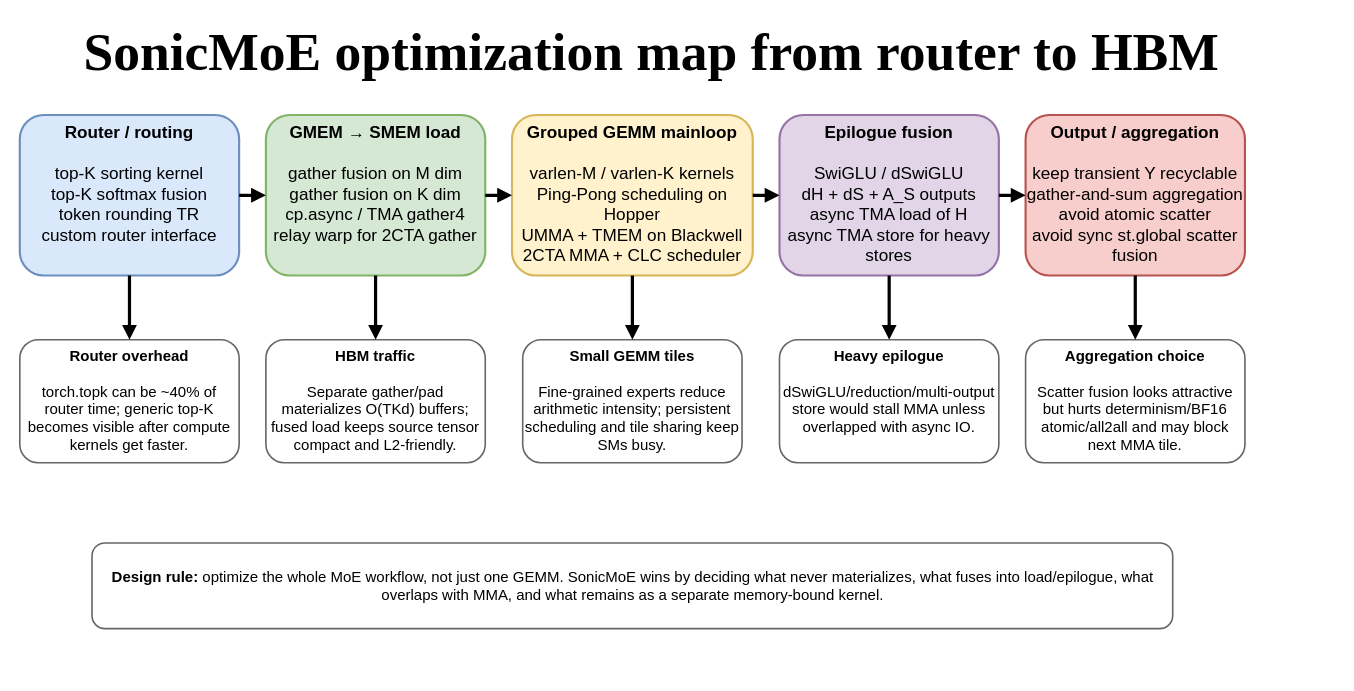
This is static/drawio/2026-04-27-sonicmoe-blackwell-深度解读-fine-grained-moe-kernel-的算法-软件-硬件三层堆叠/figures/F5.drawio from cassiewilliam/blog, a draw.io file, before an edit. Source tidied: cells renumbered, new cells numbered last; positions are measured from the earlier drawing's top-left corner, leaving out a move shared by most shapes. Both pictures are drawn from the tidied source at 107%, with x=0, y=0 at pixel (19, 18).
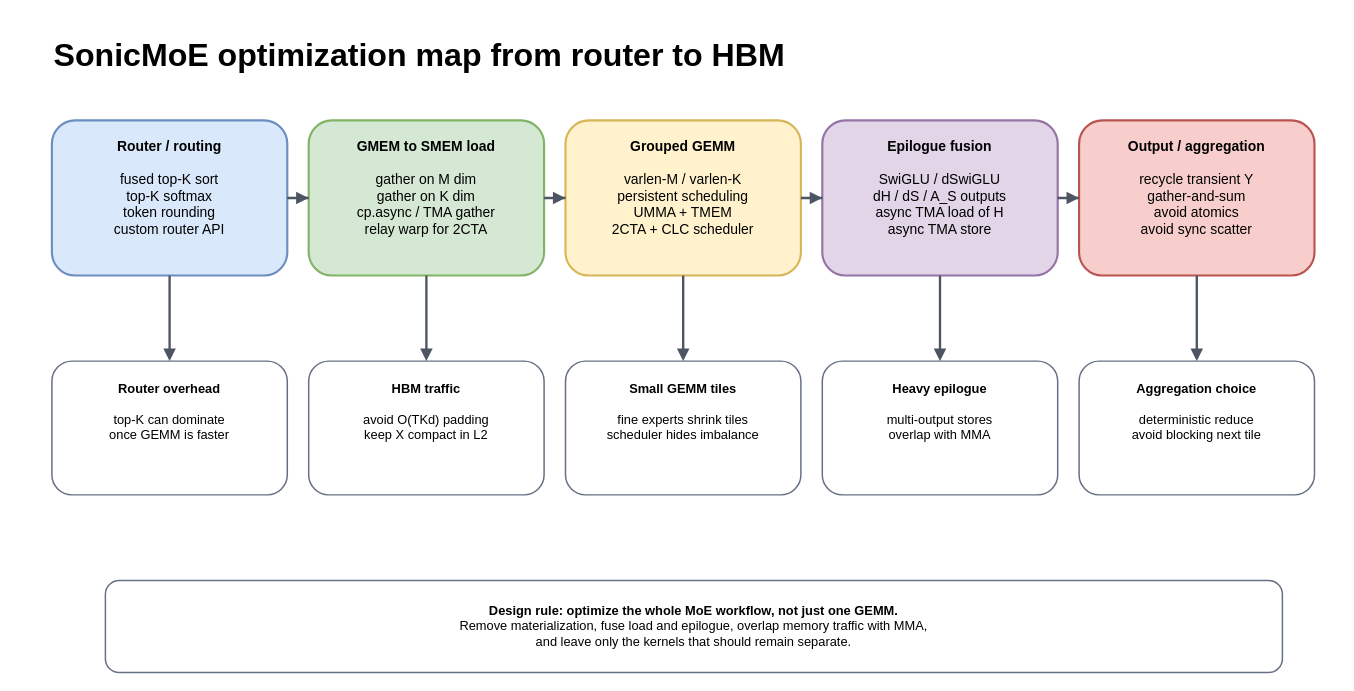
The same page after the edit.

Commit message (it also covers changes not shown here):
Fix SonicMoE optimization map figure layout

Diff of the diagram source:
```diff
@@
-    <mxCell id="2" value="&lt;font style=&quot;font-size: 50px;&quot;&gt;&lt;b&gt;SonicMoE optimization map from router to HBM&lt;/b&gt;&lt;/font&gt;" style="text;html=1;strokeColor=none;fillColor=none;align=center;verticalAlign=middle;fontFamily=Times New Roman;fontSize=50;" parent="1" vertex="1">
-      <mxGeometry x="20" width="1140" height="60" as="geometry" />
+    <mxCell id="2" value="SonicMoE optimization map from router to HBM" style="text;html=1;strokeColor=none;fillColor=none;align=left;verticalAlign=middle;fontFamily=Helvetica;fontSize=30;fontStyle=1;" parent="1" vertex="1">
+      <mxGeometry x="30" y="8" width="1200" height="52" as="geometry" />
     </mxCell>
-    <mxCell id="3" value="&lt;b&gt;Router / routing&lt;br&gt;&lt;/b&gt;&lt;br&gt;top-K sorting kernel&lt;br&gt;top-K softmax fusion&lt;br&gt;token rounding TR&lt;br&gt;custom router interface" style="rounded=1;whiteSpace=wrap;html=1;fillColor=#dae8fc;strokeColor=#6c8ebf;strokeWidth=2;align=center;verticalAlign=top;fontFamily=Helvetica;fontSize=16;" parent="1" vertex="1">
-      <mxGeometry y="90" width="205" height="150" as="geometry" />
+    <mxCell id="3" value="&lt;b&gt;Router / routing&lt;/b&gt;&lt;br&gt;&lt;br&gt;fused top-K sort&lt;br&gt;top-K softmax&lt;br&gt;token rounding&lt;br&gt;custom router API" style="rounded=1;whiteSpace=wrap;html=1;fillColor=#dae8fc;strokeColor=#6c8ebf;strokeWidth=2;align=center;verticalAlign=top;fontFamily=Helvetica;fontSize=13;spacingTop=10;" parent="1" vertex="1">
+      <mxGeometry x="30" y="95" width="220" height="145" as="geometry" />
     </mxCell>
-    <mxCell id="4" value="&lt;b&gt;GMEM → SMEM load&lt;br&gt;&lt;/b&gt;&lt;br&gt;gather fusion on M dim&lt;br&gt;gather fusion on K dim&lt;br&gt;cp.async / TMA gather4&lt;br&gt;relay warp for 2CTA gather" style="rounded=1;whiteSpace=wrap;html=1;fillColor=#d5e8d4;strokeColor=#82b366;strokeWidth=2;align=center;verticalAlign=top;fontFamily=Helvetica;fontSize=16;" parent="1" vertex="1">
-      <mxGeometry x="230" y="90" width="205" height="150" as="geometry" />
+    <mxCell id="4" value="&lt;b&gt;GMEM to SMEM load&lt;/b&gt;&lt;br&gt;&lt;br&gt;gather on M dim&lt;br&gt;gather on K dim&lt;br&gt;cp.async / TMA gather&lt;br&gt;relay warp for 2CTA" style="rounded=1;whiteSpace=wrap;html=1;fillColor=#d5e8d4;strokeColor=#82b366;strokeWidth=2;align=center;verticalAlign=top;fontFamily=Helvetica;fontSize=13;spacingTop=10;" parent="1" vertex="1">
+      <mxGeometry x="270" y="95" width="220" height="145" as="geometry" />
     </mxCell>
-    <mxCell id="5" value="&lt;b&gt;Grouped GEMM mainloop&lt;br&gt;&lt;/b&gt;&lt;br&gt;varlen-M / varlen-K kernels&lt;br&gt;Ping-Pong scheduling on Hopper&lt;br&gt;UMMA + TMEM on Blackwell&lt;br&gt;2CTA MMA + CLC scheduler" style="rounded=1;whiteSpace=wrap;html=1;fillColor=#fff2cc;strokeColor=#d6b656;strokeWidth=2;align=center;verticalAlign=top;fontFamily=Helvetica;fontSize=16;" parent="1" vertex="1">
-      <mxGeometry x="460" y="90" width="225" height="150" as="geometry" />
+    <mxCell id="5" value="&lt;b&gt;Grouped GEMM&lt;/b&gt;&lt;br&gt;&lt;br&gt;varlen-M / varlen-K&lt;br&gt;persistent scheduling&lt;br&gt;UMMA + TMEM&lt;br&gt;2CTA + CLC scheduler" style="rounded=1;whiteSpace=wrap;html=1;fillColor=#fff2cc;strokeColor=#d6b656;strokeWidth=2;align=center;verticalAlign=top;fontFamily=Helvetica;fontSize=13;spacingTop=10;" parent="1" vertex="1">
+      <mxGeometry x="510" y="95" width="220" height="145" as="geometry" />
     </mxCell>
-    <mxCell id="6" value="&lt;b&gt;Epilogue fusion&lt;br&gt;&lt;/b&gt;&lt;br&gt;SwiGLU / dSwiGLU&lt;br&gt;dH + dS + A_S outputs&lt;br&gt;async TMA load of H&lt;br&gt;async TMA store for heavy stores" style="rounded=1;whiteSpace=wrap;html=1;fillColor=#e1d5e7;strokeColor=#9673a6;strokeWidth=2;align=center;verticalAlign=top;fontFamily=Helvetica;fontSize=16;" parent="1" vertex="1">
-      <mxGeometry x="710" y="90" width="205" height="150" as="geometry" />
+    <mxCell id="6" value="&lt;b&gt;Epilogue fusion&lt;/b&gt;&lt;br&gt;&lt;br&gt;SwiGLU / dSwiGLU&lt;br&gt;dH / dS / A_S outputs&lt;br&gt;async TMA load of H&lt;br&gt;async TMA store" style="rounded=1;whiteSpace=wrap;html=1;fillColor=#e1d5e7;strokeColor=#9673a6;strokeWidth=2;align=center;verticalAlign=top;fontFamily=Helvetica;fontSize=13;spacingTop=10;" parent="1" vertex="1">
+      <mxGeometry x="750" y="95" width="220" height="145" as="geometry" />
     </mxCell>
-    <mxCell id="7" value="&lt;b&gt;Output / aggregation&lt;br&gt;&lt;/b&gt;&lt;br&gt;keep transient Y recyclable&lt;br&gt;gather-and-sum aggregation&lt;br&gt;avoid atomic scatter&lt;br&gt;avoid sync st.global scatter fusion" style="rounded=1;whiteSpace=wrap;html=1;fillColor=#f8cecc;strokeColor=#b85450;strokeWidth=2;align=center;verticalAlign=top;fontFamily=Helvetica;fontSize=16;" parent="1" vertex="1">
-      <mxGeometry x="940" y="90" width="205" height="150" as="geometry" />
+    <mxCell id="7" value="&lt;b&gt;Output / aggregation&lt;/b&gt;&lt;br&gt;&lt;br&gt;recycle transient Y&lt;br&gt;gather-and-sum&lt;br&gt;avoid atomics&lt;br&gt;avoid sync scatter" style="rounded=1;whiteSpace=wrap;html=1;fillColor=#f8cecc;strokeColor=#b85450;strokeWidth=2;align=center;verticalAlign=top;fontFamily=Helvetica;fontSize=13;spacingTop=10;" parent="1" vertex="1">
+      <mxGeometry x="990" y="95" width="220" height="145" as="geometry" />
     </mxCell>
-    <mxCell id="8" style="edgeStyle=orthogonalEdgeStyle;rounded=0;jettySize=auto;html=1;strokeWidth=3;endArrow=block;html=1;rounded=1;verticalAlign=top;" parent="1" edge="1" source="3" target="4">
+    <mxCell id="8" style="edgeStyle=orthogonalEdgeStyle;rounded=0;jettySize=auto;html=1;strokeColor=#4d5562;strokeWidth=2.2;endArrow=block;" parent="1" edge="1" source="3" target="4">
       <mxGeometry relative="1" as="geometry" />
     </mxCell>
-    <mxCell id="9" style="edgeStyle=orthogonalEdgeStyle;rounded=0;jettySize=auto;html=1;strokeWidth=3;endArrow=block;html=1;rounded=1;verticalAlign=top;" parent="1" edge="1" source="4" target="5">
+    <mxCell id="9" style="edgeStyle=orthogonalEdgeStyle;rounded=0;jettySize=auto;html=1;strokeColor=#4d5562;strokeWidth=2.2;endArrow=block;" parent="1" edge="1" source="4" target="5">
       <mxGeometry relative="1" as="geometry" />
     </mxCell>
-    <mxCell id="10" style="edgeStyle=orthogonalEdgeStyle;rounded=0;jettySize=auto;html=1;strokeWidth=3;endArrow=block;html=1;rounded=1;verticalAlign=top;" parent="1" edge="1" source="5" target="6">
+    <mxCell id="10" style="edgeStyle=orthogonalEdgeStyle;rounded=0;jettySize=auto;html=1;strokeColor=#4d5562;strokeWidth=2.2;endArrow=block;" parent="1" edge="1" source="5" target="6">
       <mxGeometry relative="1" as="geometry" />
     </mxCell>
-    <mxCell id="11" style="edgeStyle=orthogonalEdgeStyle;rounded=0;jettySize=auto;html=1;strokeWidth=3;endArrow=block;html=1;rounded=1;verticalAlign=top;" parent="1" edge="1" source="6" target="7">
+    <mxCell id="11" style="edgeStyle=orthogonalEdgeStyle;rounded=0;jettySize=auto;html=1;strokeColor=#4d5562;strokeWidth=2.2;endArrow=block;" parent="1" edge="1" source="6" target="7">
       <mxGeometry relative="1" as="geometry" />
     </mxCell>
-    <mxCell id="12" value="&lt;b&gt;Router overhead&lt;br&gt;&lt;/b&gt;&lt;br&gt;torch.topk can be ~40% of router time; generic top-K becomes visible after compute kernels get faster." style="rounded=1;whiteSpace=wrap;html=1;fillColor=#ffffff;strokeColor=#666666;strokeWidth=1.5;align=center;verticalAlign=top;fontFamily=Helvetica;fontSize=14;" parent="1" vertex="1">
-      <mxGeometry y="300" width="205" height="115" as="geometry" />
+    <mxCell id="12" value="&lt;b&gt;Router overhead&lt;/b&gt;&lt;br&gt;&lt;br&gt;top-K can dominate&lt;br&gt;once GEMM is faster" style="rounded=1;whiteSpace=wrap;html=1;fillColor=#ffffff;strokeColor=#667085;strokeWidth=1.4;align=center;verticalAlign=top;fontFamily=Helvetica;fontSize=12;spacingTop=12;" parent="1" vertex="1">
+      <mxGeometry x="30" y="320" width="220" height="125" as="geometry" />
     </mxCell>
-    <mxCell id="13" style="edgeStyle=orthogonalEdgeStyle;rounded=0;jettySize=auto;html=1;strokeWidth=3;endArrow=block;html=1;rounded=1;verticalAlign=top;" parent="1" edge="1" source="3" target="12">
+    <mxCell id="13" style="edgeStyle=orthogonalEdgeStyle;rounded=0;jettySize=auto;html=1;strokeColor=#4d5562;strokeWidth=2.2;endArrow=block;" parent="1" edge="1" source="3" target="12">
       <mxGeometry relative="1" as="geometry" />
     </mxCell>
-    <mxCell id="14" value="&lt;b&gt;HBM traffic&lt;br&gt;&lt;/b&gt;&lt;br&gt;Separate gather/pad materializes O(TKd) buffers; fused load keeps source tensor compact and L2-friendly." style="rounded=1;whiteSpace=wrap;html=1;fillColor=#ffffff;strokeColor=#666666;strokeWidth=1.5;align=center;verticalAlign=top;fontFamily=Helvetica;fontSize=14;" parent="1" vertex="1">
-      <mxGeometry x="230" y="300" width="205" height="115" as="geometry" />
+    <mxCell id="14" value="&lt;b&gt;HBM traffic&lt;/b&gt;&lt;br&gt;&lt;br&gt;avoid O(TKd) padding&lt;br&gt;keep X compact in L2" style="rounded=1;whiteSpace=wrap;html=1;fillColor=#ffffff;strokeColor=#667085;strokeWidth=1.4;align=center;verticalAlign=top;fontFamily=Helvetica;fontSize=12;spacingTop=12;" parent="1" vertex="1">
+      <mxGeometry x="270" y="320" width="220" height="125" as="geometry" />
     </mxCell>
-    <mxCell id="15" style="edgeStyle=orthogonalEdgeStyle;rounded=0;jettySize=auto;html=1;strokeWidth=3;endArrow=block;html=1;rounded=1;verticalAlign=top;" parent="1" edge="1" source="4" target="14">
+    <mxCell id="15" style="edgeStyle=orthogonalEdgeStyle;rounded=0;jettySize=auto;html=1;strokeColor=#4d5562;strokeWidth=2.2;endArrow=block;" parent="1" edge="1" source="4" target="14">
       <mxGeometry relative="1" as="geometry" />
     </mxCell>
-    <mxCell id="16" value="&lt;b&gt;Small GEMM tiles&lt;br&gt;&lt;/b&gt;&lt;br&gt;Fine-grained experts reduce arithmetic intensity; persistent scheduling and tile sharing keep SMs busy." style="rounded=1;whiteSpace=wrap;html=1;fillColor=#ffffff;strokeColor=#666666;strokeWidth=1.5;align=center;verticalAlign=top;fontFamily=Helvetica;fontSize=14;" parent="1" vertex="1">
-      <mxGeometry x="470" y="300" width="205" height="115" as="geometry" />
+    <mxCell id="16" value="&lt;b&gt;Small GEMM tiles&lt;/b&gt;&lt;br&gt;&lt;br&gt;fine experts shrink tiles&lt;br&gt;scheduler hides imbalance" style="rounded=1;whiteSpace=wrap;html=1;fillColor=#ffffff;strokeColor=#667085;strokeWidth=1.4;align=center;verticalAlign=top;fontFamily=Helvetica;fontSize=12;spacingTop=12;" parent="1" vertex="1">
+      <mxGeometry x="510" y="320" width="220" height="125" as="geometry" />
     </mxCell>
-    <mxCell id="17" style="edgeStyle=orthogonalEdgeStyle;rounded=0;jettySize=auto;html=1;strokeWidth=3;endArrow=block;html=1;rounded=1;verticalAlign=top;" parent="1" edge="1" source="5" target="16">
+    <mxCell id="17" style="edgeStyle=orthogonalEdgeStyle;rounded=0;jettySize=auto;html=1;strokeColor=#4d5562;strokeWidth=2.2;endArrow=block;" parent="1" edge="1" source="5" target="16">
       <mxGeometry relative="1" as="geometry" />
     </mxCell>
-    <mxCell id="18" value="&lt;b&gt;Heavy epilogue&lt;br&gt;&lt;/b&gt;&lt;br&gt;dSwiGLU/reduction/multi-output store would stall MMA unless overlapped with async IO." style="rounded=1;whiteSpace=wrap;html=1;fillColor=#ffffff;strokeColor=#666666;strokeWidth=1.5;align=center;verticalAlign=top;fontFamily=Helvetica;fontSize=14;" parent="1" vertex="1">
-      <mxGeometry x="710" y="300" width="205" height="115" as="geometry" />
+    <mxCell id="18" value="&lt;b&gt;Heavy epilogue&lt;/b&gt;&lt;br&gt;&lt;br&gt;multi-output stores&lt;br&gt;overlap with MMA" style="rounded=1;whiteSpace=wrap;html=1;fillColor=#ffffff;strokeColor=#667085;strokeWidth=1.4;align=center;verticalAlign=top;fontFamily=Helvetica;fontSize=12;spacingTop=12;" parent="1" vertex="1">
+      <mxGeometry x="750" y="320" width="220" height="125" as="geometry" />
     </mxCell>
-    <mxCell id="19" style="edgeStyle=orthogonalEdgeStyle;rounded=0;jettySize=auto;html=1;strokeWidth=3;endArrow=block;html=1;rounded=1;verticalAlign=top;" parent="1" edge="1" source="6" target="18">
+    <mxCell id="19" style="edgeStyle=orthogonalEdgeStyle;rounded=0;jettySize=auto;html=1;strokeColor=#4d5562;strokeWidth=2.2;endArrow=block;" parent="1" edge="1" source="6" target="18">
       <mxGeometry relative="1" as="geometry" />
     </mxCell>
-    <mxCell id="20" value="&lt;b&gt;Aggregation choice&lt;br&gt;&lt;/b&gt;&lt;br&gt;Scatter fusion looks attractive but hurts determinism/BF16 atomic/all2all and may block next MMA tile." style="rounded=1;whiteSpace=wrap;html=1;fillColor=#ffffff;strokeColor=#666666;strokeWidth=1.5;align=center;verticalAlign=top;fontFamily=Helvetica;fontSize=14;" parent="1" vertex="1">
-      <mxGeometry x="940" y="300" width="205" height="115" as="geometry" />
+    <mxCell id="20" value="&lt;b&gt;Aggregation choice&lt;/b&gt;&lt;br&gt;&lt;br&gt;deterministic reduce&lt;br&gt;avoid blocking next tile" style="rounded=1;whiteSpace=wrap;html=1;fillColor=#ffffff;strokeColor=#667085;strokeWidth=1.4;align=center;verticalAlign=top;fontFamily=Helvetica;fontSize=12;spacingTop=12;" parent="1" vertex="1">
+      <mxGeometry x="990" y="320" width="220" height="125" as="geometry" />
     </mxCell>
-    <mxCell id="21" style="edgeStyle=orthogonalEdgeStyle;rounded=0;jettySize=auto;html=1;strokeWidth=3;endArrow=block;html=1;rounded=1;verticalAlign=top;" parent="1" edge="1" source="7" target="20">
+    <mxCell id="21" style="edgeStyle=orthogonalEdgeStyle;rounded=0;jettySize=auto;html=1;strokeColor=#4d5562;strokeWidth=2.2;endArrow=block;" parent="1" edge="1" source="7" target="20">
       <mxGeometry relative="1" as="geometry" />
     </mxCell>
-    <mxCell id="22" value="&lt;b&gt;Design rule:&lt;/b&gt; optimize the whole MoE workflow, not just one GEMM. SonicMoE wins by deciding what never materializes, what fuses into load/epilogue, what overlaps with MMA, and what remains as a separate memory-bound kernel." style="rounded=1;whiteSpace=wrap;html=1;fillColor=#ffffff;strokeColor=#666666;strokeWidth=1.5;align=center;verticalAlign=middle;fontFamily=Helvetica;fontSize=14;" parent="1" vertex="1">
-      <mxGeometry x="67.5" y="490" width="1010" height="80" as="geometry" />
+    <mxCell id="22" value="&lt;b&gt;Design rule: optimize the whole MoE workflow, not just one GEMM.&lt;/b&gt;&lt;br&gt;Remove materialization, fuse load and epilogue, overlap memory traffic with MMA,&lt;br&gt;and leave only the kernels that should remain separate." style="rounded=1;whiteSpace=wrap;html=1;fillColor=#ffffff;strokeColor=#667085;strokeWidth=1.4;align=center;verticalAlign=middle;fontFamily=Helvetica;fontSize=12;" parent="1" vertex="1">
+      <mxGeometry x="80" y="525" width="1100" height="86" as="geometry" />
     </mxCell>
```
